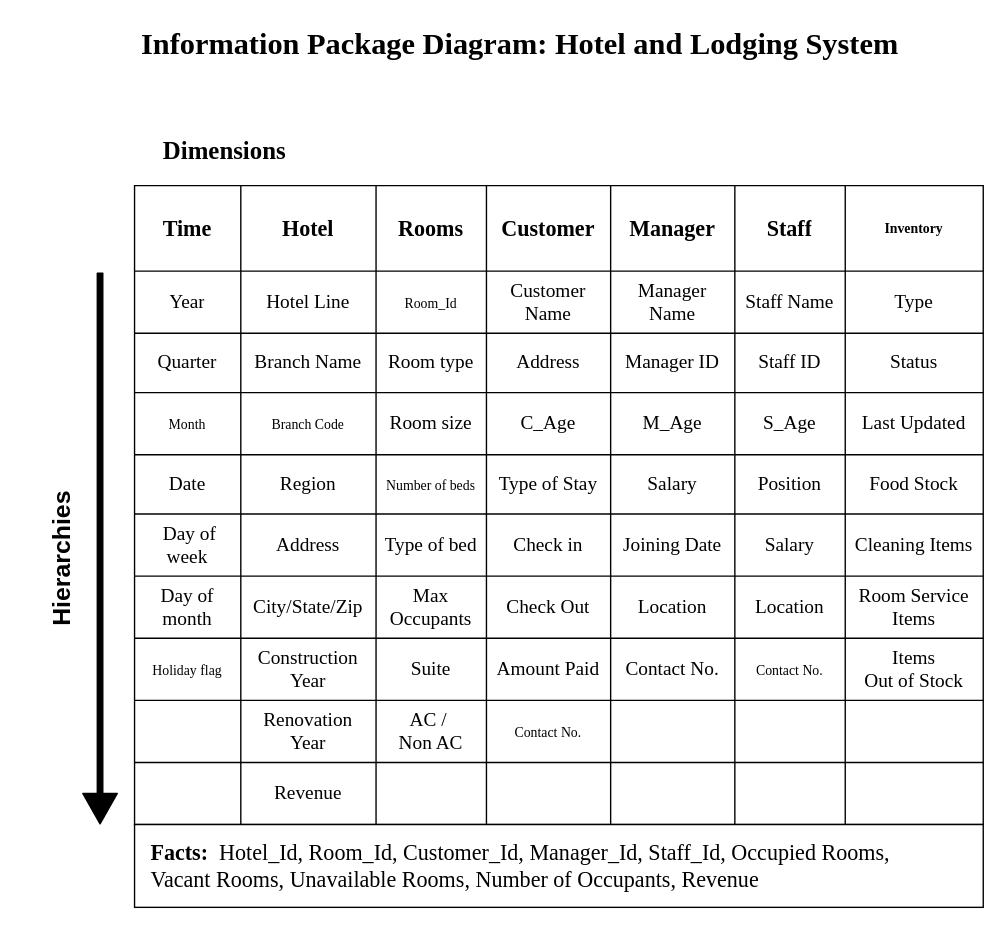
This is Information Package Diagram/IPD_hotel_lodging_system.drawio from adityaparab04/Diagrams, a draw.io file, before an edit. Source tidied: cells renumbered, new cells numbered last; positions are measured from the earlier drawing's top-left corner, leaving out a move shared by most shapes. Both pictures are drawn from the tidied source at 138%, with x=0, y=0 at pixel (-25, 23).
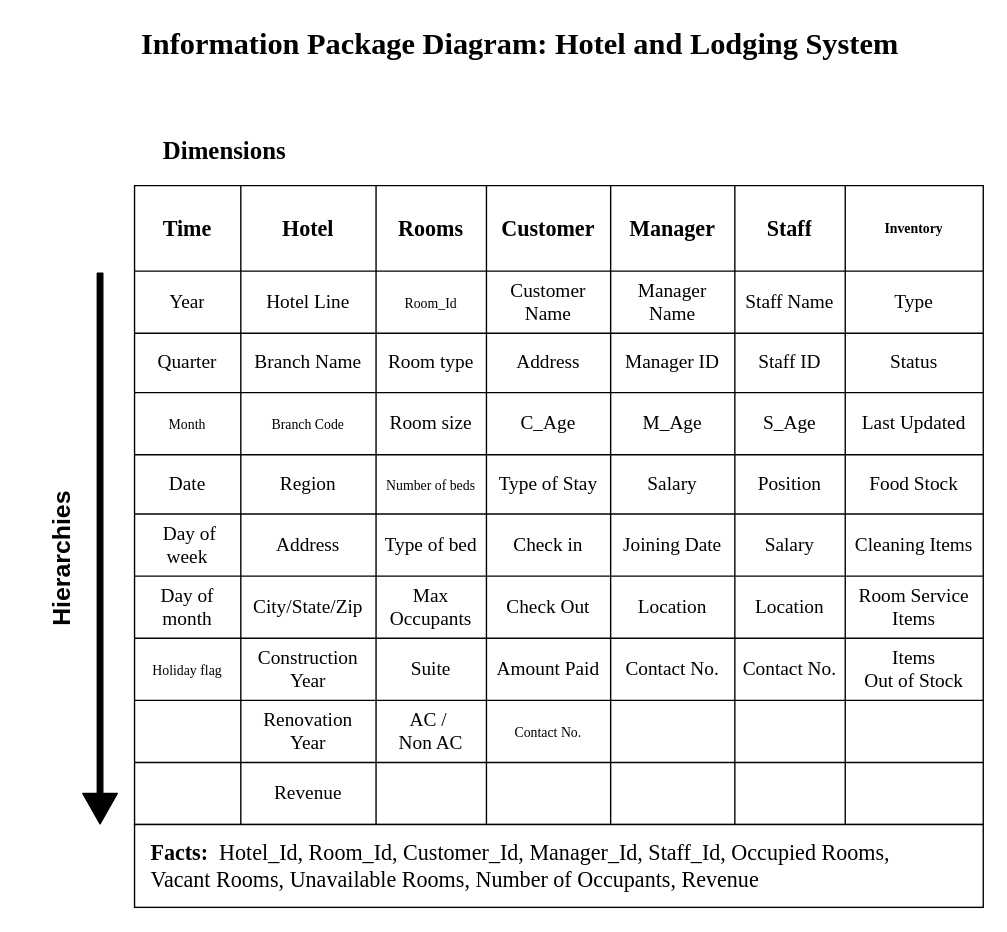
The same diagram, later.

Unchanged cells that the change refers to:
```xml
<mxCell id="62" style="shape=partialRectangle;html=1;whiteSpace=wrap;fillColor=none;top=0;left=0;bottom=0;right=0;fontFamily=Times New Roman;fontSize=14;" parent="5" vertex="1">
  <mxGeometry y="328" width="615" height="45" as="geometry" />
</mxCell>
```

The edit, as a diff of the source:
```diff
@@
-    <mxCell id="68" value="&lt;font size=&quot;1&quot;&gt;Contact No.&lt;/font&gt;" style="shape=partialRectangle;html=1;whiteSpace=wrap;overflow=hidden;fillColor=none;top=0;left=0;bottom=0;right=0;fontFamily=Times New Roman;" parent="62" vertex="1">
+    <mxCell id="68" value="&lt;font style=&quot;font-size: 14px&quot;&gt;Contact No.&lt;/font&gt;" style="shape=partialRectangle;html=1;whiteSpace=wrap;overflow=hidden;fillColor=none;top=0;left=0;bottom=0;right=0;fontFamily=Times New Roman;" parent="62" vertex="1">
       <mxGeometry x="435" width="80" height="45" as="geometry" />
     </mxCell>
```
